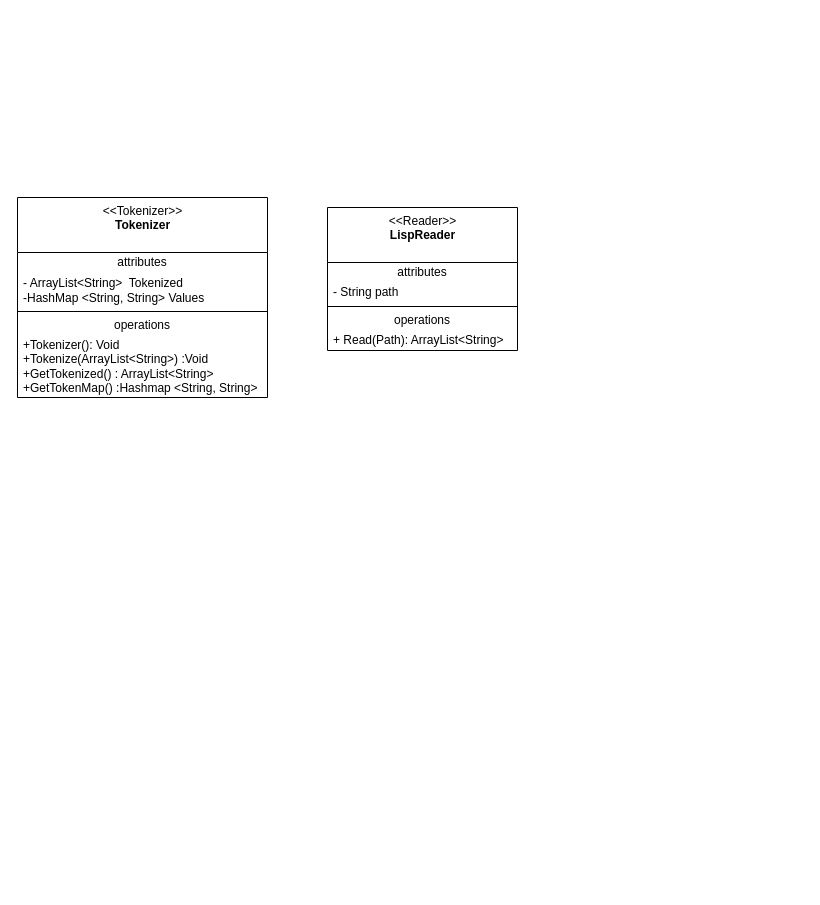
Before: LispInterprete/Uml.drawio in JavierBenitez112/Proyecto-1-, a draw.io diagram. Source tidied: cells renumbered, new cells numbered last; positions are measured from the earlier drawing's top-left corner, leaving out a move shared by most shapes. Both pictures are drawn from the tidied source at 100%, with x=0, y=0 at pixel (17, 197).
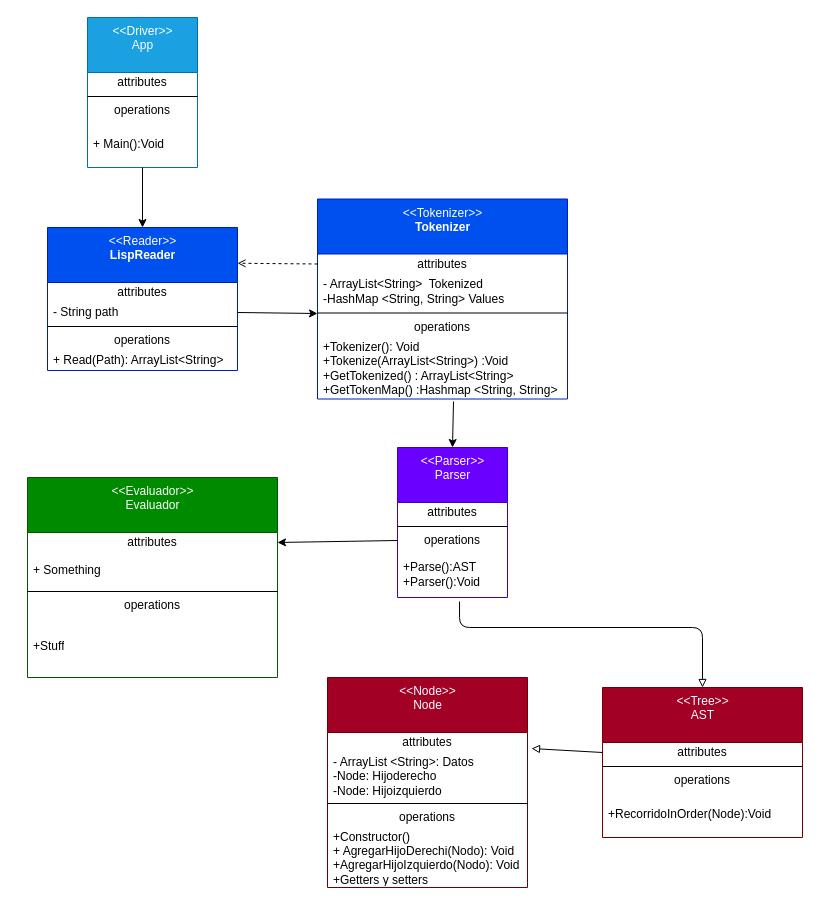
The same page after the edit.

Commit message (it also covers changes not shown here):
Finished UML and Documentation

Unchanged cells that the change refers to:
```xml
<mxCell id="4" value="- String path" style="text;html=1;strokeColor=none;fillColor=none;align=left;verticalAlign=middle;spacingLeft=4;spacingRight=4;overflow=hidden;points=[[0,0.5],[1,0.5]];portConstraint=eastwest;" parent="2" vertex="1">
  <mxGeometry y="75" width="190" height="20" as="geometry" />
</mxCell>
<mxCell id="9" value="attributes" style="text;html=1;strokeColor=none;fillColor=none;align=center;verticalAlign=middle;spacingLeft=4;spacingRight=4;overflow=hidden;points=[[0,0.5],[1,0.5]];portConstraint=eastwest;" parent="8" vertex="1">
  <mxGeometry y="55" width="250" height="20" as="geometry" />
</mxCell>
<mxCell id="10" value="- ArrayList&amp;lt;String&amp;gt;&amp;nbsp; Tokenized&lt;br&gt;-HashMap &amp;lt;String, String&amp;gt; Values" style="text;html=1;strokeColor=none;fillColor=none;align=left;verticalAlign=middle;spacingLeft=4;spacingRight=4;overflow=hidden;points=[[0,0.5],[1,0.5]];portConstraint=eastwest;" parent="8" vertex="1">
  <mxGeometry y="75" width="250" height="35" as="geometry" />
</mxCell>
<mxCell id="13" value="+Tokenizer(): Void&lt;br&gt;+Tokenize(ArrayList&amp;lt;String&amp;gt;) :Void&lt;br&gt;+GetTokenized() : ArrayList&amp;lt;String&amp;gt;&lt;br&gt;+GetTokenMap() :Hashmap &amp;lt;String, String&amp;gt;" style="text;html=1;strokeColor=none;fillColor=none;align=left;verticalAlign=middle;spacingLeft=4;spacingRight=4;overflow=hidden;points=[[0,0.5],[1,0.5]];portConstraint=eastwest;" parent="8" vertex="1">
  <mxGeometry y="138" width="250" height="62" as="geometry" />
</mxCell>
```

Diff of the diagram source:
```diff
@@
-    <mxCell id="2" value="&amp;lt;&amp;lt;Reader&amp;gt;&amp;gt;&lt;br&gt;&lt;b&gt;LispReader&lt;/b&gt;" style="swimlane;fontStyle=0;align=center;verticalAlign=top;horizontal=1;startSize=55;html=1;" parent="1" vertex="1">
-      <mxGeometry x="310" y="10" width="190" height="143" as="geometry" />
+    <mxCell id="2" value="&amp;lt;&amp;lt;Reader&amp;gt;&amp;gt;&lt;br&gt;&lt;b&gt;LispReader&lt;/b&gt;" style="swimlane;fontStyle=0;align=center;verticalAlign=top;horizontal=1;startSize=55;html=1;fillColor=#0050ef;fontColor=#ffffff;strokeColor=#001DBC;" parent="1" vertex="1">
+      <mxGeometry x="30" y="30" width="190" height="143" as="geometry" />
     </mxCell>
@@
-    <mxCell id="8" value="&amp;lt;&amp;lt;Tokenizer&amp;gt;&amp;gt;&lt;br&gt;&lt;b&gt;Tokenizer&lt;/b&gt;" style="swimlane;fontStyle=0;align=center;verticalAlign=top;horizontal=1;startSize=55;html=1;" parent="1" vertex="1">
-      <mxGeometry width="250" height="200" as="geometry" />
+    <mxCell id="8" value="&amp;lt;&amp;lt;Tokenizer&amp;gt;&amp;gt;&lt;br&gt;&lt;b&gt;Tokenizer&lt;/b&gt;" style="swimlane;fontStyle=0;align=center;verticalAlign=top;horizontal=1;startSize=55;html=1;fillColor=#0050ef;fontColor=#ffffff;strokeColor=#001DBC;" parent="1" vertex="1">
+      <mxGeometry x="300" y="1.5" width="250" height="200" as="geometry" />
     </mxCell>
@@
+    <mxCell id="14" value="&amp;lt;&amp;lt;Parser&amp;gt;&amp;gt;&lt;br&gt;Parser" style="swimlane;fontStyle=0;align=center;verticalAlign=top;horizontal=1;startSize=55;html=1;fillColor=#6a00ff;fontColor=#ffffff;strokeColor=#3700CC;" parent="1" vertex="1">
+      <mxGeometry x="380" y="250" width="110" height="150" as="geometry" />
+    </mxCell>
+    <mxCell id="15" value="attributes" style="text;html=1;strokeColor=none;fillColor=none;align=center;verticalAlign=middle;spacingLeft=4;spacingRight=4;overflow=hidden;" parent="14" vertex="1">
+      <mxGeometry y="55" width="110" height="20" as="geometry" />
+    </mxCell>
+    <mxCell id="16" style="line;strokeWidth=1;fillColor=none;align=left;verticalAlign=middle;spacingTop=-1;spacingLeft=3;spacingRight=3;labelPosition=right;" parent="14" vertex="1">
+      <mxGeometry y="75" width="110" height="8" as="geometry" />
+    </mxCell>
+    <mxCell id="17" value="operations" style="text;html=1;strokeColor=none;fillColor=none;align=center;verticalAlign=middle;spacingLeft=4;spacingRight=4;overflow=hidden;points=[[0,0.5],[1,0.5]];portConstraint=eastwest;" parent="14" vertex="1">
+      <mxGeometry y="83" width="110" height="20" as="geometry" />
+    </mxCell>
+    <mxCell id="18" value="+Parse():AST&lt;br&gt;+Parser():Void" style="text;html=1;strokeColor=none;fillColor=none;align=left;verticalAlign=middle;spacingLeft=4;spacingRight=4;overflow=hidden;points=[[0,0.5],[1,0.5]];portConstraint=eastwest;" parent="14" vertex="1">
+      <mxGeometry y="103" width="110" height="47" as="geometry" />
+    </mxCell>
+    <mxCell id="19" value="&amp;lt;&amp;lt;Tree&amp;gt;&amp;gt;&lt;br&gt;AST" style="swimlane;fontStyle=0;align=center;verticalAlign=top;horizontal=1;startSize=55;html=1;fillColor=#a20025;fontColor=#ffffff;strokeColor=#6F0000;" parent="1" vertex="1">
+      <mxGeometry x="585" y="490" width="200" height="150" as="geometry" />
+    </mxCell>
+    <mxCell id="20" value="attributes" style="text;html=1;strokeColor=none;fillColor=none;align=center;verticalAlign=middle;spacingLeft=4;spacingRight=4;overflow=hidden;points=[[0,0.5],[1,0.5]];portConstraint=eastwest;" parent="19" vertex="1">
+      <mxGeometry y="55" width="200" height="20" as="geometry" />
+    </mxCell>
+    <mxCell id="21" style="line;strokeWidth=1;fillColor=none;align=left;verticalAlign=middle;spacingTop=-1;spacingLeft=3;spacingRight=3;labelPosition=right;" parent="19" vertex="1">
+      <mxGeometry y="75" width="200" height="8" as="geometry" />
+    </mxCell>
+    <mxCell id="22" value="operations" style="text;html=1;strokeColor=none;fillColor=none;align=center;verticalAlign=middle;spacingLeft=4;spacingRight=4;overflow=hidden;" parent="19" vertex="1">
+      <mxGeometry y="83" width="200" height="20" as="geometry" />
+    </mxCell>
+    <mxCell id="23" value="+RecorridoInOrder(Node):Void" style="text;html=1;strokeColor=none;fillColor=none;align=left;verticalAlign=middle;spacingLeft=4;spacingRight=4;overflow=hidden;" parent="19" vertex="1">
+      <mxGeometry y="103" width="200" height="47" as="geometry" />
+    </mxCell>
+    <mxCell id="24" value="&amp;lt;&amp;lt;Node&amp;gt;&amp;gt;&lt;br&gt;Node" style="swimlane;fontStyle=0;align=center;verticalAlign=top;horizontal=1;startSize=55;html=1;fillColor=#a20025;fontColor=#ffffff;strokeColor=#6F0000;" parent="1" vertex="1">
+      <mxGeometry x="310" y="480" width="200" height="210" as="geometry" />
+    </mxCell>
+    <mxCell id="25" value="attributes" style="text;html=1;strokeColor=none;fillColor=none;align=center;verticalAlign=middle;spacingLeft=4;spacingRight=4;overflow=hidden;" parent="24" vertex="1">
+      <mxGeometry y="55" width="200" height="20" as="geometry" />
+    </mxCell>
+    <mxCell id="26" value="- ArrayList &amp;lt;String&amp;gt;: Datos&lt;br&gt;-Node: Hijoderecho&lt;br&gt;-Node: Hijoizquierdo" style="text;html=1;strokeColor=none;fillColor=none;align=left;verticalAlign=middle;spacingLeft=4;spacingRight=4;overflow=hidden;points=[[0,0.5],[1,0.5]];portConstraint=eastwest;" parent="24" vertex="1">
+      <mxGeometry y="75" width="200" height="47" as="geometry" />
+    </mxCell>
+    <mxCell id="27" style="line;strokeWidth=1;fillColor=none;align=left;verticalAlign=middle;spacingTop=-1;spacingLeft=3;spacingRight=3;labelPosition=right;" parent="24" vertex="1">
+      <mxGeometry y="122" width="200" height="8" as="geometry" />
+    </mxCell>
+    <mxCell id="28" value="operations" style="text;html=1;strokeColor=none;fillColor=none;align=center;verticalAlign=middle;spacingLeft=4;spacingRight=4;overflow=hidden;" parent="24" vertex="1">
+      <mxGeometry y="130" width="200" height="20" as="geometry" />
+    </mxCell>
+    <mxCell id="29" value="+Constructor()&lt;br&gt;+ AgregarHijoDerechi(Nodo): Void&lt;br&gt;+AgregarHijoIzquierdo(Nodo): Void&lt;br&gt;+Getters y setters" style="text;html=1;strokeColor=none;fillColor=none;align=left;verticalAlign=middle;spacingLeft=4;spacingRight=4;overflow=hidden;" parent="24" vertex="1">
+      <mxGeometry y="150" width="200" height="60" as="geometry" />
+    </mxCell>
+    <mxCell id="30" value="&amp;lt;&amp;lt;Evaluador&amp;gt;&amp;gt;&lt;br&gt;Evaluador" style="swimlane;fontStyle=0;align=center;verticalAlign=top;horizontal=1;startSize=55;html=1;fillColor=#008a00;fontColor=#ffffff;strokeColor=#005700;" parent="1" vertex="1">
+      <mxGeometry x="10" y="280" width="250" height="200" as="geometry" />
+    </mxCell>
+    <mxCell id="31" value="attributes" style="text;html=1;strokeColor=none;fillColor=none;align=center;verticalAlign=middle;spacingLeft=4;spacingRight=4;overflow=hidden;points=[[0,0.5],[1,0.5]];portConstraint=eastwest;" parent="30" vertex="1">
+      <mxGeometry y="55" width="250" height="20" as="geometry" />
+    </mxCell>
+    <mxCell id="32" value="+ Something" style="text;html=1;strokeColor=none;fillColor=none;align=left;verticalAlign=middle;spacingLeft=4;spacingRight=4;overflow=hidden;" parent="30" vertex="1">
+      <mxGeometry y="75" width="250" height="35" as="geometry" />
+    </mxCell>
+    <mxCell id="33" style="line;strokeWidth=1;fillColor=none;align=left;verticalAlign=middle;spacingTop=-1;spacingLeft=3;spacingRight=3;labelPosition=right;" parent="30" vertex="1">
+      <mxGeometry y="110" width="250" height="8" as="geometry" />
+    </mxCell>
+    <mxCell id="34" value="operations" style="text;html=1;strokeColor=none;fillColor=none;align=center;verticalAlign=middle;spacingLeft=4;spacingRight=4;overflow=hidden;" parent="30" vertex="1">
+      <mxGeometry y="118" width="250" height="20" as="geometry" />
+    </mxCell>
+    <mxCell id="35" value="+Stuff" style="text;html=1;strokeColor=none;fillColor=none;align=left;verticalAlign=middle;spacingLeft=4;spacingRight=4;overflow=hidden;" parent="30" vertex="1">
+      <mxGeometry y="138" width="250" height="62" as="geometry" />
+    </mxCell>
+    <mxCell id="36" value="&amp;lt;&amp;lt;Driver&amp;gt;&amp;gt;&lt;br&gt;App" style="swimlane;fontStyle=0;align=center;verticalAlign=top;horizontal=1;startSize=55;html=1;fillColor=#1ba1e2;fontColor=#ffffff;strokeColor=#006EAF;" parent="1" vertex="1">
+      <mxGeometry x="70" y="-180" width="110" height="150" as="geometry" />
+    </mxCell>
+    <mxCell id="37" value="attributes" style="text;html=1;strokeColor=none;fillColor=none;align=center;verticalAlign=middle;spacingLeft=4;spacingRight=4;overflow=hidden;" parent="36" vertex="1">
+      <mxGeometry y="55" width="110" height="20" as="geometry" />
+    </mxCell>
+    <mxCell id="38" style="line;strokeWidth=1;fillColor=none;align=left;verticalAlign=middle;spacingTop=-1;spacingLeft=3;spacingRight=3;labelPosition=right;" parent="36" vertex="1">
+      <mxGeometry y="75" width="110" height="8" as="geometry" />
+    </mxCell>
+    <mxCell id="39" value="operations" style="text;html=1;strokeColor=none;fillColor=none;align=center;verticalAlign=middle;spacingLeft=4;spacingRight=4;overflow=hidden;" parent="36" vertex="1">
+      <mxGeometry y="83" width="110" height="20" as="geometry" />
+    </mxCell>
+    <mxCell id="40" value="+ Main():Void" style="text;html=1;strokeColor=none;fillColor=none;align=left;verticalAlign=middle;spacingLeft=4;spacingRight=4;overflow=hidden;points=[[0,0.5],[1,0.5]];portConstraint=eastwest;" parent="36" vertex="1">
+      <mxGeometry y="103" width="110" height="47" as="geometry" />
+    </mxCell>
+    <mxCell id="41" style="edgeStyle=none;html=1;entryX=0.5;entryY=0;entryDx=0;entryDy=0;" parent="1" edge="1" source="40" target="2">
+      <mxGeometry relative="1" as="geometry" />
+    </mxCell>
+    <mxCell id="42" style="edgeStyle=none;html=1;exitX=0;exitY=0.5;exitDx=0;exitDy=0;entryX=1;entryY=0.25;entryDx=0;entryDy=0;dashed=1;endArrow=open;endFill=0;" parent="1" edge="1" source="9" target="2">
+      <mxGeometry relative="1" as="geometry" />
+    </mxCell>
+    <mxCell id="43" style="edgeStyle=none;html=1;exitX=1;exitY=0.5;exitDx=0;exitDy=0;entryX=0;entryY=1.129;entryDx=0;entryDy=0;entryPerimeter=0;endArrow=classic;endFill=1;" parent="1" edge="1" source="4" target="10">
+      <mxGeometry relative="1" as="geometry" />
+    </mxCell>
+    <mxCell id="44" style="edgeStyle=none;html=1;exitX=0.544;exitY=1.04;exitDx=0;exitDy=0;endArrow=classic;endFill=1;entryX=0.5;entryY=0;entryDx=0;entryDy=0;exitPerimeter=0;" parent="1" edge="1" source="13" target="14">
+      <mxGeometry relative="1" as="geometry" />
+    </mxCell>
+    <mxCell id="45" style="edgeStyle=none;html=1;exitX=0;exitY=0.5;exitDx=0;exitDy=0;entryX=1.02;entryY=-0.085;entryDx=0;entryDy=0;entryPerimeter=0;endArrow=block;endFill=0;" parent="1" edge="1" source="20" target="26">
+      <mxGeometry relative="1" as="geometry" />
+    </mxCell>
+    <mxCell id="46" style="edgeStyle=orthogonalEdgeStyle;html=1;exitX=0.564;exitY=1.085;exitDx=0;exitDy=0;entryX=0.5;entryY=0;entryDx=0;entryDy=0;endArrow=block;endFill=0;exitPerimeter=0;" parent="1" edge="1" source="18" target="19">
+      <mxGeometry relative="1" as="geometry">
+        <Array as="points">
+          <mxPoint x="442" y="430" />
+          <mxPoint x="685" y="430" />
+        </Array>
+      </mxGeometry>
+    </mxCell>
+    <mxCell id="47" style="html=1;exitX=0;exitY=0.5;exitDx=0;exitDy=0;entryX=1;entryY=0.5;entryDx=0;entryDy=0;endArrow=classic;endFill=1;" parent="1" edge="1" source="17" target="31">
+      <mxGeometry relative="1" as="geometry" />
+    </mxCell>
```
